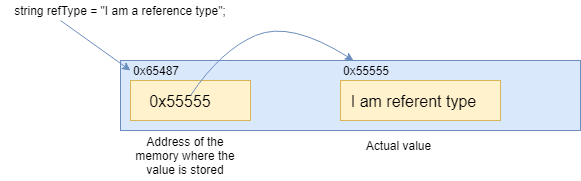
Before: Pictures/05-ReferenceType.png, a diagram exported from draw.io (MarinkoSpasojevic/c--basics). Source tidied: cells renumbered, new cells last; positions are measured from the earlier drawing's top-left corner, leaving out a move shared by most shapes.
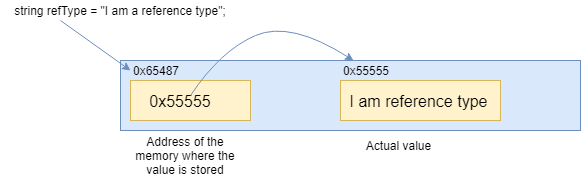
The same file after the commit.

Diff of the diagram source:
```diff
@@ -23,8 +23,8 @@
     <mxCell id="8" value="0x55555" style="text;html=1;strokeColor=none;fillColor=none;align=center;verticalAlign=middle;whiteSpace=wrap;rounded=0;" parent="1" vertex="1">
       <mxGeometry x="340" y="60" width="50" height="20" as="geometry" />
     </mxCell>
-    <mxCell id="9" value="I am referent type" style="text;html=1;strokeColor=none;fillColor=none;align=center;verticalAlign=middle;whiteSpace=wrap;rounded=0;fontSize=16;" parent="1" vertex="1">
-      <mxGeometry x="345" y="85" width="135" height="30" as="geometry" />
+    <mxCell id="9" value="I am reference type" style="text;html=1;strokeColor=none;fillColor=none;align=center;verticalAlign=middle;whiteSpace=wrap;rounded=0;fontSize=16;" parent="1" vertex="1">
+      <mxGeometry x="345" y="85" width="145" height="30" as="geometry" />
     </mxCell>
     <mxCell id="10" style="endArrow=classic;html=1;fontSize=16;entryX=0;entryY=0.5;fillColor=#dae8fc;strokeColor=#6c8ebf;exitX=0.25;exitY=1;" parent="1" edge="1" source="2" target="5">
       <mxGeometry relative="1" as="geometry" />
```
